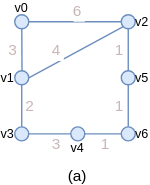
This is Graph0.drawio.svg from g121370451/Historical-Example-Image, a draw.io export, as it was before one commit. Source tidied: cells renumbered, new cells last; positions are measured from the earlier drawing's top-left corner, leaving out a move shared by most shapes.
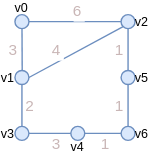
The same diagram one commit later.

Change to the diagram source:
```diff
@@ -92,8 +92,5 @@
     <mxCell id="31" value="v0" style="text;strokeColor=none;align=center;fillColor=none;verticalAlign=middle;rounded=0;fontSize=9;" parent="1" vertex="1">
       <mxGeometry x="10" width="10" height="10" as="geometry" />
     </mxCell>
-    <mxCell id="32" value="(a)" style="text;strokeColor=none;align=center;fillColor=none;html=1;verticalAlign=middle;whiteSpace=wrap;rounded=0;fontFamily=Helvetica;fontSize=11;fontColor=default;labelBackgroundColor=default;" parent="1" vertex="1">
-      <mxGeometry x="35" y="120" width="40" height="10" as="geometry" />
-    </mxCell>
   </root>
 </mxGraphModel>
```
